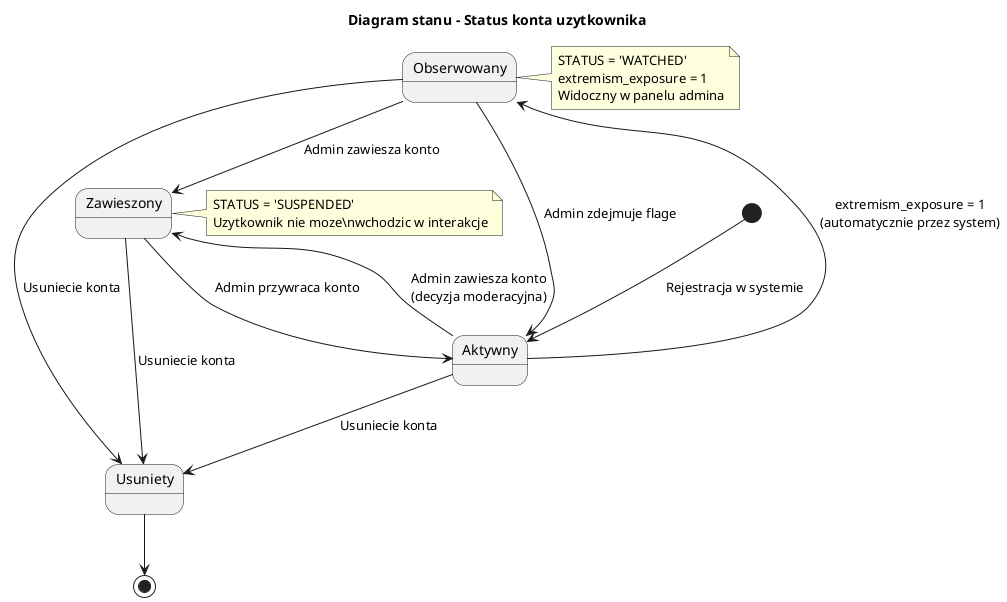
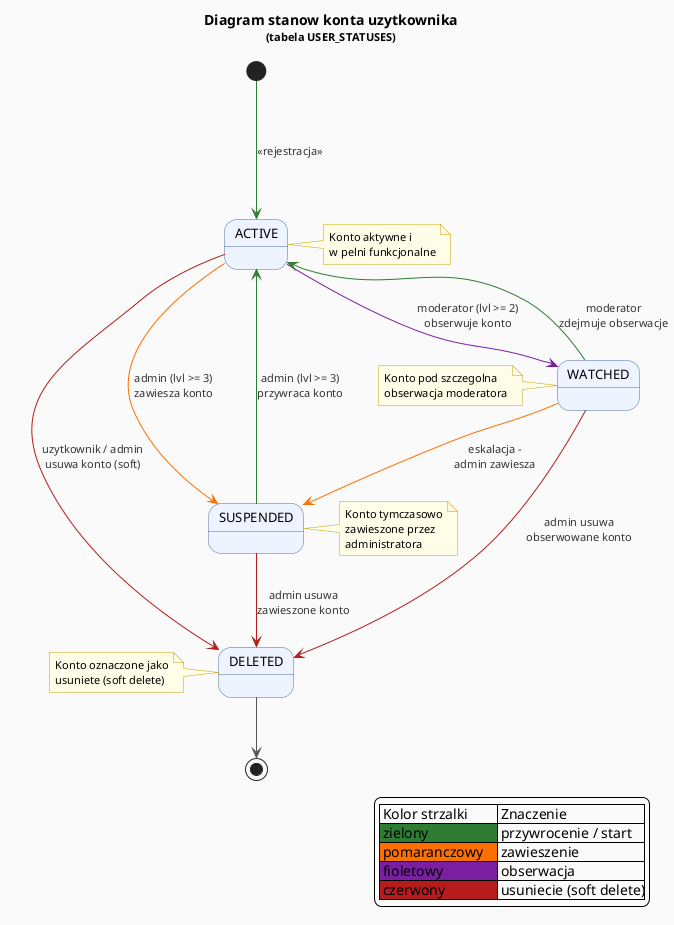
- @startuml
- title Diagram stanu – Status konta uzytkownika
+ @startuml user_state_diagram
+ skinparam backgroundColor #FAFAFA
+ skinparam state {
+     BackgroundColor #EEF4FF
+     BorderColor     #4A6FA5
+     FontName        Arial
+     FontSize        13
+     ArrowColor      #4A6FA5
+     ArrowFontSize   11
+     ArrowFontColor  #333333
+ }
+ skinparam noteFontSize 11
+ skinparam noteBackgroundColor #FFFDE7
+ skinparam noteBorderColor #C8A000
+ skinparam shadowing false

- [*] --> Aktywny : Rejestracja w systemie
+ title Diagram stanow konta uzytkownika\n<size:11>(tabela USER_STATUSES)</size>

- Aktywny --> Obserwowany : extremism_exposure = 1\n(automatycznie przez system)
- Obserwowany --> Aktywny  : Admin zdejmuje flage
+ [*] -[#2E7D32]--> ACTIVE : <<rejestracja>>

- Aktywny    --> Zawieszony : Admin zawiesza konto\n(decyzja moderacyjna)
- Obserwowany --> Zawieszony : Admin zawiesza konto
+ state ACTIVE
+ state SUSPENDED
+ state WATCHED
+ state DELETED

- Zawieszony --> Aktywny    : Admin przywraca konto
- 
- Aktywny    --> Usuniety   : Usuniecie konta
- Zawieszony --> Usuniety   : Usuniecie konta
- Obserwowany --> Usuniety  : Usuniecie konta
- 
- Usuniety --> [*]
- 
- note right of Obserwowany
-   STATUS = 'WATCHED'
-   extremism_exposure = 1
-   Widoczny w panelu admina
+ note right of ACTIVE
+   Konto aktywne i
+   w pelni funkcjonalne
end note

- note right of Zawieszony
-   STATUS = 'SUSPENDED'
-   Uzytkownik nie moze\nwchodzic w interakcje
+ note right of SUSPENDED
+   Konto tymczasowo
+   zawieszone przez
+   administratora
end note
+ 
+ note left of WATCHED
+   Konto pod szczegolna
+   obserwacja moderatora
+ end note
+ 
+ note left of DELETED
+   Konto oznaczone jako
+   usuniete (soft delete)
+ end note
+ 
+ ' --- Przejscia z ACTIVE ---
+ ACTIVE    -[#FF6F00]-> SUSPENDED : admin (lvl >= 3)\nzawiesza konto
+ ACTIVE    -[#7B1FA2]-> WATCHED   : moderator (lvl >= 2)\nobserwuje konto
+ ACTIVE    -[#B71C1C]-> DELETED   : uzytkownik / admin\nusuwa konto (soft)
+ 
+ ' --- Przejscia z SUSPENDED ---
+ SUSPENDED -[#2E7D32]-> ACTIVE    : admin (lvl >= 3)\nprzywraca konto
+ SUSPENDED -[#B71C1C]-> DELETED   : admin usuwa\nzawieszone konto
+ 
+ ' --- Przejscia z WATCHED ---
+ WATCHED   -[#2E7D32]-> ACTIVE    : moderator\nzdejmuje obserwacje
+ WATCHED   -[#FF6F00]-> SUSPENDED : eskalacja -\nadmin zawiesza
+ WATCHED   -[#B71C1C]-> DELETED   : admin usuwa\nobserwowane konto
+ 
+ DELETED -[#555555]-> [*]
+ 
+ legend right
+   | Kolor strzalki        | Znaczenie              |
+   | <#2E7D32> zielony     | przywrocenie / start   |
+   | <#FF6F00> pomaranczowy| zawieszenie            |
+   | <#7B1FA2> fioletowy   | obserwacja             |
+   | <#B71C1C> czerwony    | usuniecie (soft delete)|
+ endlegend
+ 
@enduml
